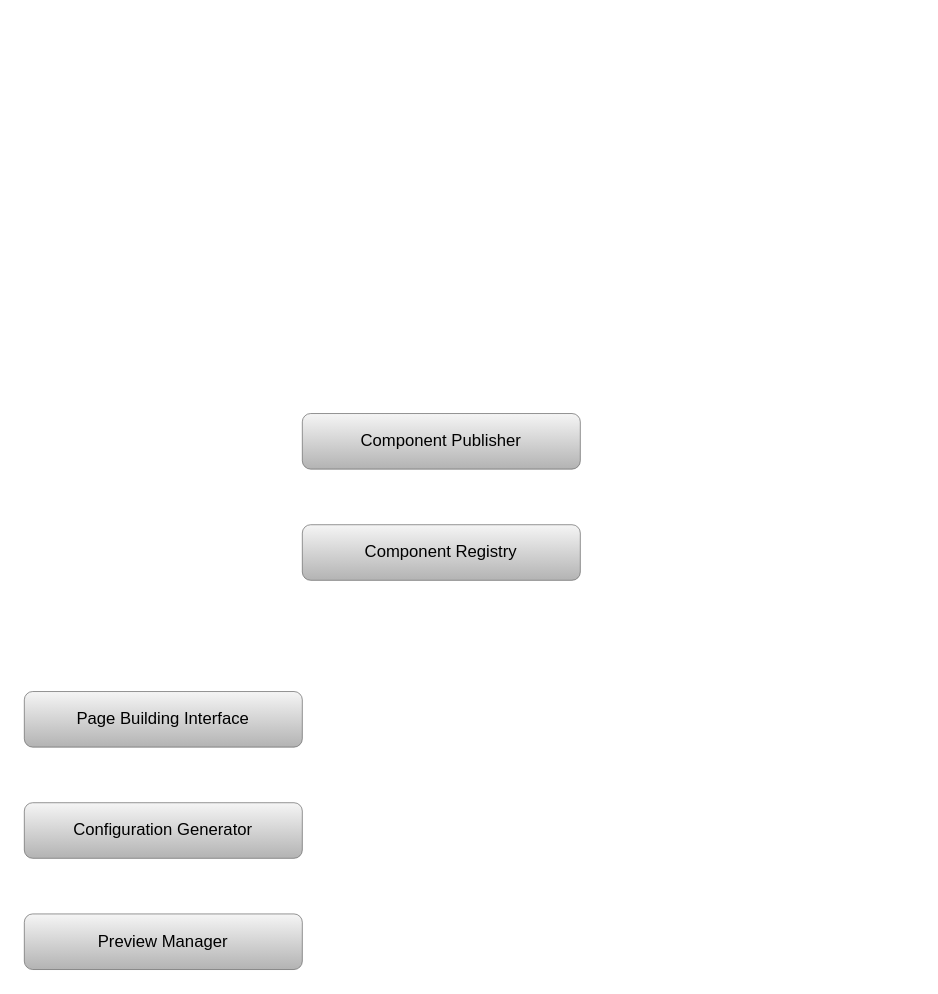
ssharifdev/draw.io keeps this draw.io diagram as LOW-CODE-NO-CODE.drawio. Above is the earlier version. Source tidied: cells renumbered, new cells numbered last; positions are measured from the earlier drawing's top-left corner, leaving out a move shared by most shapes. Both pictures are drawn from the tidied source at 139%, with x=0, y=0 at pixel (24, 413).
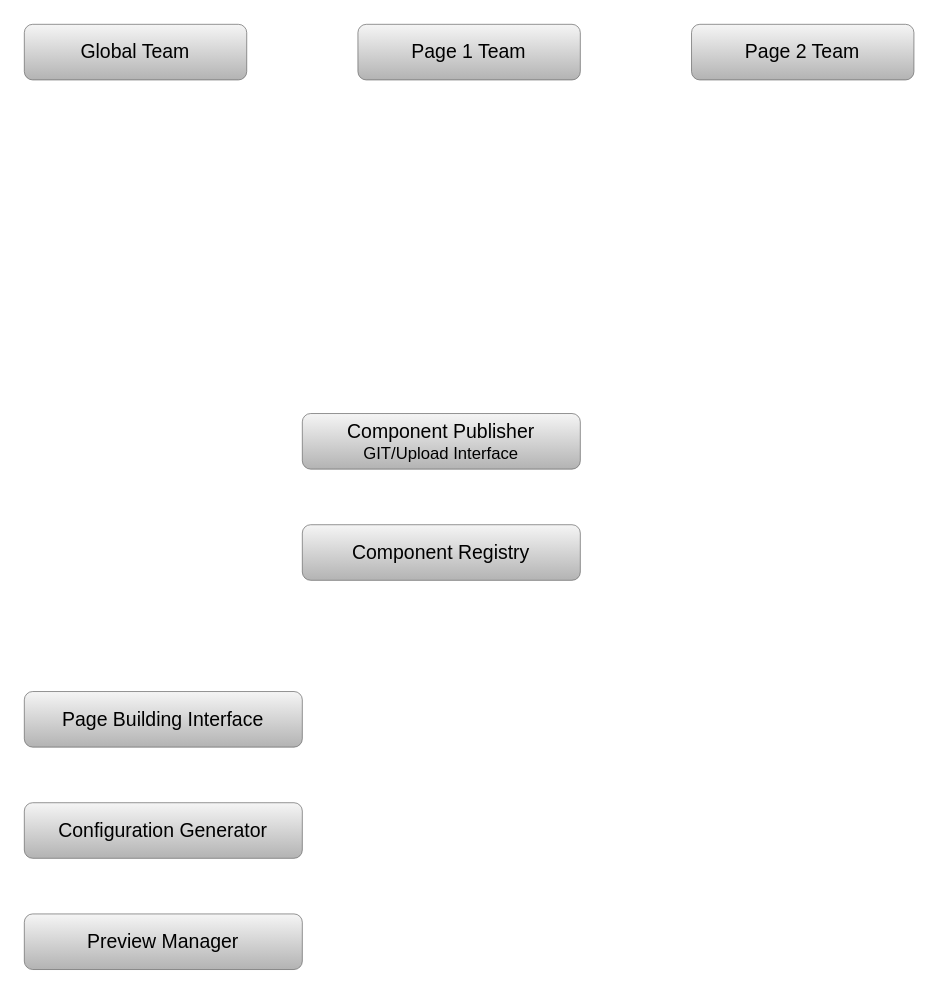
The same page after the edit.

What changed in the source:
```diff
@@
 <mxGraphModel>
   <root>
     <mxCell id="0" />
     <mxCell id="1" parent="0" />
-    <mxCell id="2" value="Page Building Interface" style="rounded=1;whiteSpace=wrap;html=1;fillColor=#f5f5f5;gradientColor=#b3b3b3;strokeColor=#666666;strokeWidth=0.5;" parent="1" vertex="1">
+    <mxCell id="2" value="Page Building Interface" style="rounded=1;whiteSpace=wrap;html=1;fillColor=#f5f5f5;gradientColor=#b3b3b3;strokeColor=#666666;strokeWidth=0.5;fontSize=14;" parent="1" vertex="1">
       <mxGeometry y="200" width="200" height="40" as="geometry" />
     </mxCell>
-    <mxCell id="3" value="Configuration Generator" style="rounded=1;whiteSpace=wrap;html=1;fillColor=#f5f5f5;gradientColor=#b3b3b3;strokeColor=#666666;strokeWidth=0.5;" parent="1" vertex="1">
+    <mxCell id="3" value="Configuration Generator" style="rounded=1;whiteSpace=wrap;html=1;fillColor=#f5f5f5;gradientColor=#b3b3b3;strokeColor=#666666;strokeWidth=0.5;fontSize=14;" parent="1" vertex="1">
       <mxGeometry y="280" width="200" height="40" as="geometry" />
     </mxCell>
-    <mxCell id="4" value="Preview Manager" style="rounded=1;whiteSpace=wrap;html=1;fillColor=#f5f5f5;gradientColor=#b3b3b3;strokeColor=#666666;strokeWidth=0.5;" parent="1" vertex="1">
+    <mxCell id="4" value="Preview Manager" style="rounded=1;whiteSpace=wrap;html=1;fillColor=#f5f5f5;gradientColor=#b3b3b3;strokeColor=#666666;strokeWidth=0.5;fontSize=14;" parent="1" vertex="1">
       <mxGeometry y="360" width="200" height="40" as="geometry" />
     </mxCell>
-    <mxCell id="5" value="Component Registry" style="rounded=1;whiteSpace=wrap;html=1;fillColor=#f5f5f5;strokeColor=#666666;gradientColor=#b3b3b3;strokeWidth=0.5;" parent="1" vertex="1">
+    <mxCell id="5" value="Component Registry" style="rounded=1;whiteSpace=wrap;html=1;fillColor=#f5f5f5;strokeColor=#666666;gradientColor=#b3b3b3;strokeWidth=0.5;fontSize=14;" parent="1" vertex="1">
       <mxGeometry x="200" y="80" width="200" height="40" as="geometry" />
     </mxCell>
-    <mxCell id="6" value="Component Publisher" style="rounded=1;whiteSpace=wrap;html=1;fillColor=#f5f5f5;strokeColor=#666666;gradientColor=#b3b3b3;strokeWidth=0.5;" parent="1" vertex="1">
+    <mxCell id="6" value="&lt;font style=&quot;font-size: 14px;&quot;&gt;Component Publisher&lt;/font&gt;&lt;br&gt;GIT/Upload Interface" style="rounded=1;whiteSpace=wrap;html=1;fillColor=#f5f5f5;strokeColor=#666666;gradientColor=#b3b3b3;strokeWidth=0.5;" parent="1" vertex="1">
       <mxGeometry x="200" width="200" height="40" as="geometry" />
     </mxCell>
+    <mxCell id="7" value="Page 1 Team" style="rounded=1;whiteSpace=wrap;html=1;fillColor=#f5f5f5;strokeColor=#666666;gradientColor=#b3b3b3;strokeWidth=0.5;fontSize=14;" parent="1" vertex="1">
+      <mxGeometry x="240" y="-280" width="160" height="40" as="geometry" />
+    </mxCell>
+    <mxCell id="8" value="Page 2 Team" style="rounded=1;whiteSpace=wrap;html=1;fillColor=#f5f5f5;strokeColor=#666666;gradientColor=#b3b3b3;strokeWidth=0.5;fontSize=14;" parent="1" vertex="1">
+      <mxGeometry x="480" y="-280" width="160" height="40" as="geometry" />
+    </mxCell>
+    <mxCell id="9" value="Global Team" style="rounded=1;whiteSpace=wrap;html=1;fillColor=#f5f5f5;strokeColor=#666666;gradientColor=#b3b3b3;strokeWidth=0.5;fontSize=14;" parent="1" vertex="1">
+      <mxGeometry y="-280" width="160" height="40" as="geometry" />
+    </mxCell>
   </root>
 </mxGraphModel>
```
